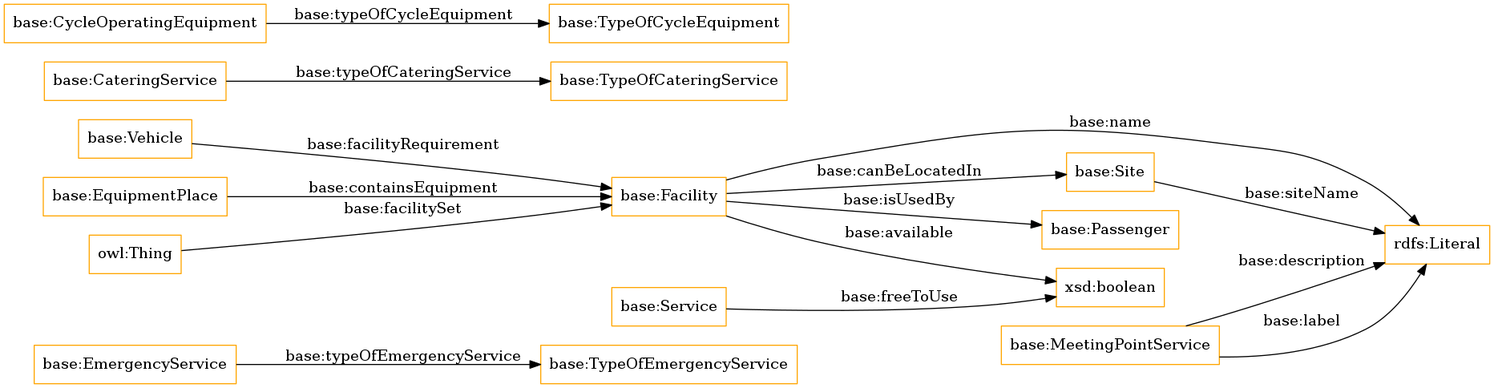
Above: OnToology/ontology/tm-facilities.owl/diagrams/ar2dtool-class/tm-facilities.owl.png in oeg-upm/transmodel-ontology (Graphviz), before the change. Its source is kept beside it as OnToology/ontology/tm-facilities.owl/diagrams/ar2dtool-class/tm-facilities.owl.png.dot. Its diagram source:
```dot
digraph ar2dtool_diagram {
rankdir=LR;
size="1501"
node [shape = rectangle, color="orange"]; "base:EmergencyService" "base:Vehicle" "base:Facility" "base:CateringService" "base:TypeOfEmergencyService" "base:Site" "base:Service" "base:TypeOfCateringService" "base:Passenger" "base:CycleOperatingEquipment" "base:EquipmentPlace" "base:MeetingPointService" ; /*classes style*/
	"base:Service" -> "xsd:boolean" [ label = "base:freeToUse" ];
	"owl:Thing" -> "base:Facility" [ label = "base:facilitySet" ];
	"base:EmergencyService" -> "base:TypeOfEmergencyService" [ label = "base:typeOfEmergencyService" ];
	"base:Facility" -> "rdfs:Literal" [ label = "base:name" ];
	"base:Facility" -> "base:Passenger" [ label = "base:isUsedBy" ];
	"base:Facility" -> "xsd:boolean" [ label = "base:available" ];
	"base:CycleOperatingEquipment" -> "base:TypeOfCycleEquipment" [ label = "base:typeOfCycleEquipment" ];
	"base:CateringService" -> "base:TypeOfCateringService" [ label = "base:typeOfCateringService" ];
	"base:Facility" -> "base:Site" [ label = "base:canBeLocatedIn" ];
	"base:MeetingPointService" -> "rdfs:Literal" [ label = "base:description" ];
	"base:Vehicle" -> "base:Facility" [ label = "base:facilityRequirement" ];
	"base:MeetingPointService" -> "rdfs:Literal" [ label = "base:label" ];
	"base:Site" -> "rdfs:Literal" [ label = "base:siteName" ];
	"base:EquipmentPlace" -> "base:Facility" [ label = "base:containsEquipment" ];

}
```
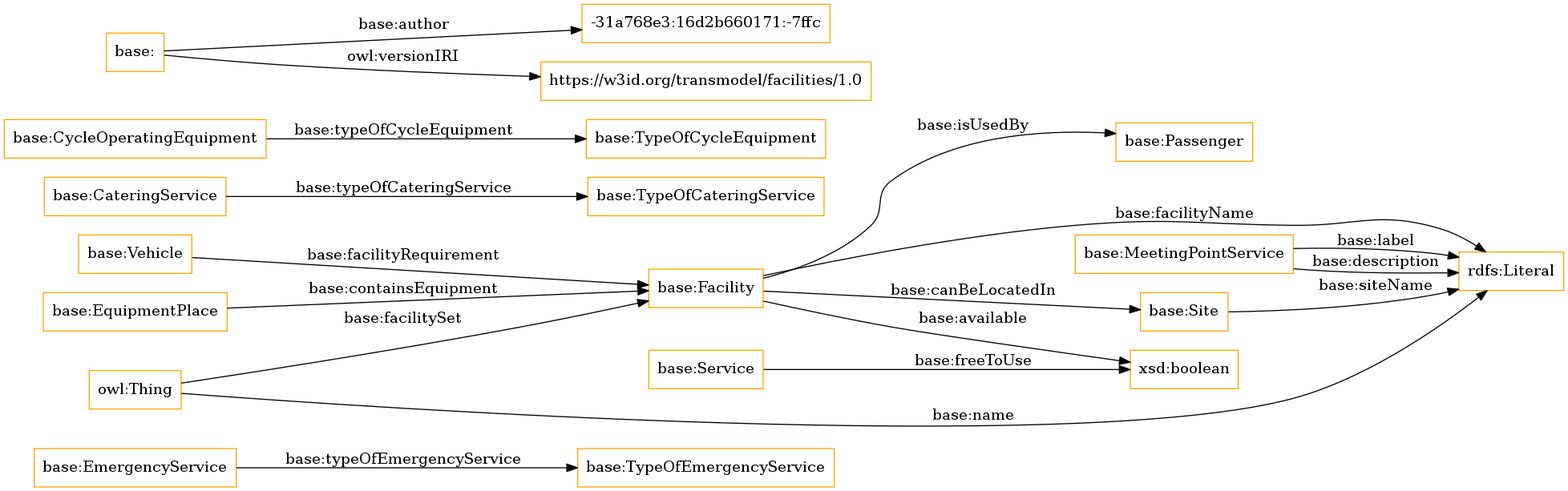
After the change.

The edit, as a diff of the source:
```diff
@@ -1,11 +1,13 @@
 digraph ar2dtool_diagram {
 rankdir=LR;
 size="1501"
-node [shape = rectangle, color="orange"]; "base:EmergencyService" "base:Vehicle" "base:Facility" "base:CateringService" "base:TypeOfEmergencyService" "base:Site" "base:Service" "base:TypeOfCateringService" "base:Passenger" "base:CycleOperatingEquipment" "base:EquipmentPlace" "base:MeetingPointService" ; /*classes style*/
+node [shape = rectangle, color="orange"]; "base:EmergencyService" "base:Vehicle" "base:Facility" "base:CateringService" "base:TypeOfEmergencyService" "base:Site" "base:Service" "base:TypeOfCateringService" "base:Passenger" "base:CycleOperatingEquipment" "base:TypeOfCycleEquipment" "base:EquipmentPlace" "base:MeetingPointService" ; /*classes style*/
+	"base:" -> "-31a768e3:16d2b660171:-7ffc" [ label = "base:author" ];
+	"base:" -> "https://w3id.org/transmodel/facilities/1.0" [ label = "owl:versionIRI" ];
 	"base:Service" -> "xsd:boolean" [ label = "base:freeToUse" ];
 	"owl:Thing" -> "base:Facility" [ label = "base:facilitySet" ];
 	"base:EmergencyService" -> "base:TypeOfEmergencyService" [ label = "base:typeOfEmergencyService" ];
-	"base:Facility" -> "rdfs:Literal" [ label = "base:name" ];
+	"owl:Thing" -> "rdfs:Literal" [ label = "base:name" ];
 	"base:Facility" -> "base:Passenger" [ label = "base:isUsedBy" ];
 	"base:Facility" -> "xsd:boolean" [ label = "base:available" ];
 	"base:CycleOperatingEquipment" -> "base:TypeOfCycleEquipment" [ label = "base:typeOfCycleEquipment" ];
@@ -15,6 +17,7 @@
 	"base:Vehicle" -> "base:Facility" [ label = "base:facilityRequirement" ];
 	"base:MeetingPointService" -> "rdfs:Literal" [ label = "base:label" ];
 	"base:Site" -> "rdfs:Literal" [ label = "base:siteName" ];
+	"base:Facility" -> "rdfs:Literal" [ label = "base:facilityName" ];
 	"base:EquipmentPlace" -> "base:Facility" [ label = "base:containsEquipment" ];
 
 }
```
